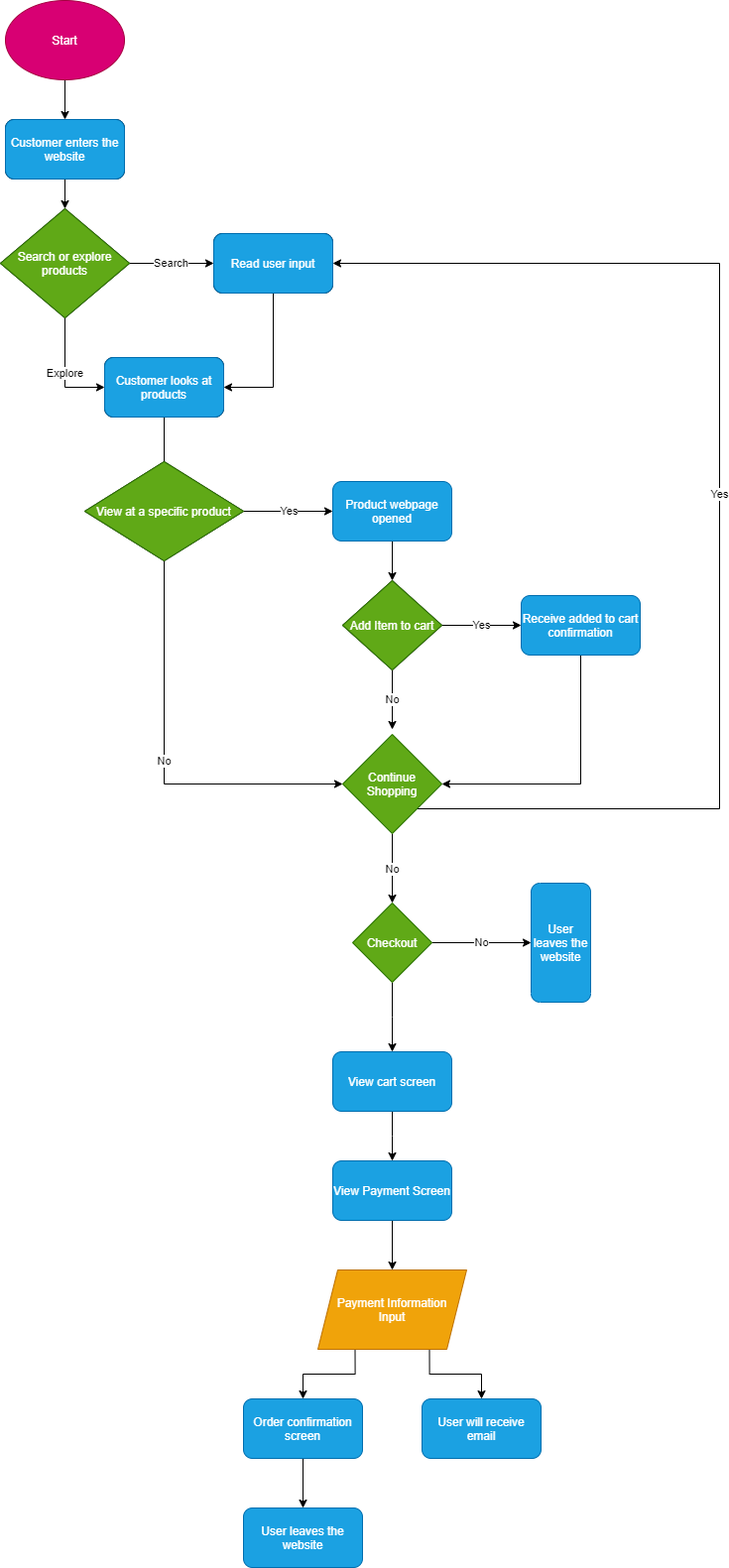
Before: part2/part2.drawio.png, a diagram exported from draw.io (jcpriyanto/sp21-cse110-lab4). Source tidied: cells renumbered, new cells last; positions are measured from the earlier drawing's top-left corner, leaving out a move shared by most shapes.
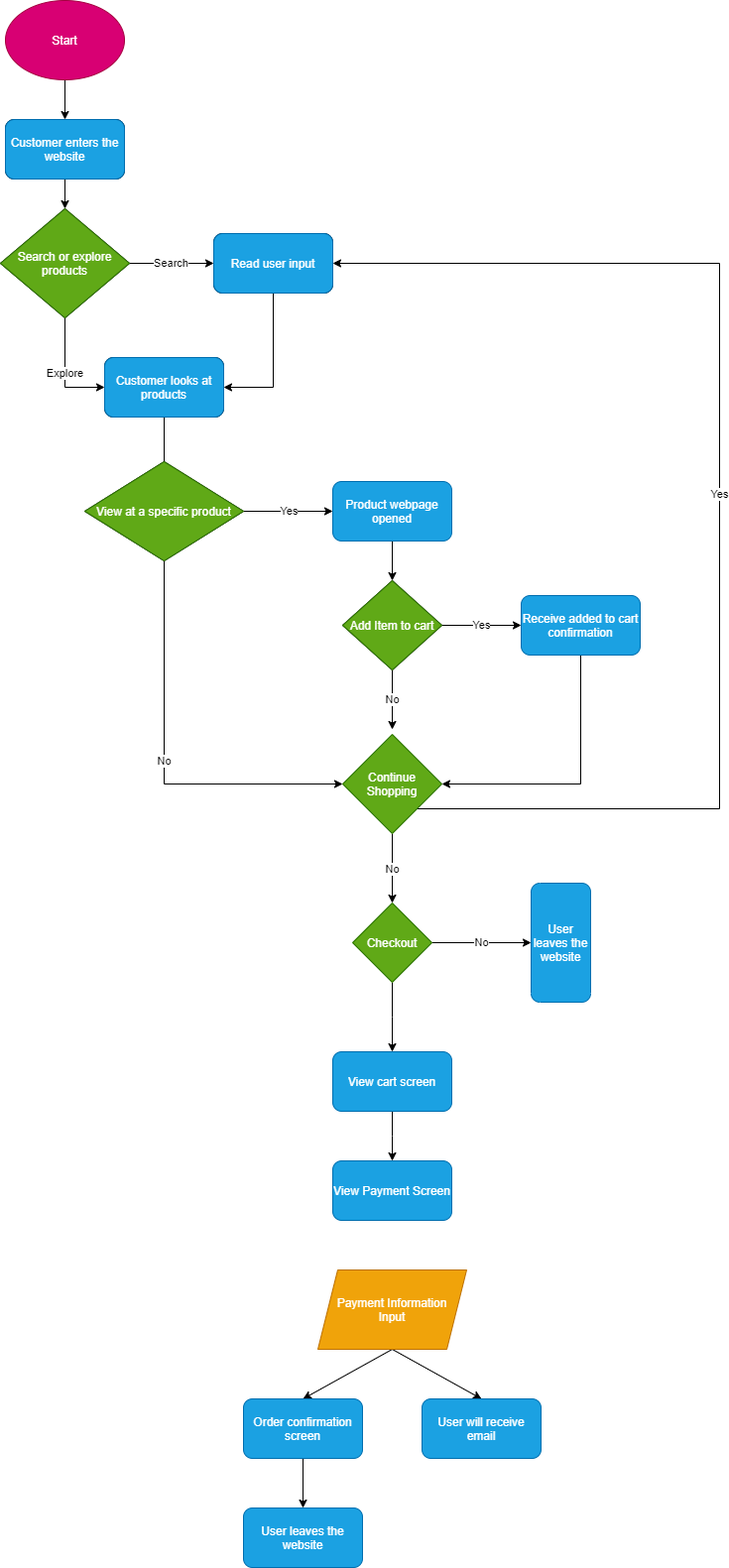
The same file after the commit.

Change to the diagram source:
```diff
@@ -102,16 +102,13 @@
     <mxCell id="31" value="View cart screen" style="rounded=1;whiteSpace=wrap;html=1;fillColor=#1ba1e2;strokeColor=#006EAF;fontColor=#ffffff;" parent="1" vertex="1">
       <mxGeometry x="335" y="1060" width="120" height="60" as="geometry" />
     </mxCell>
-    <mxCell id="32" style="edgeStyle=orthogonalEdgeStyle;rounded=0;jettySize=auto;html=1;exitX=0.5;exitY=1;exitDx=0;exitDy=0;entryX=0.5;entryY=0;entryDx=0;entryDy=0;" parent="1" edge="1" source="33" target="36">
-      <mxGeometry relative="1" as="geometry" />
-    </mxCell>
     <mxCell id="33" value="View Payment Screen" style="rounded=1;whiteSpace=wrap;html=1;fillColor=#1ba1e2;strokeColor=#006EAF;fontColor=#ffffff;" parent="1" vertex="1">
       <mxGeometry x="335" y="1170" width="120" height="60" as="geometry" />
     </mxCell>
-    <mxCell id="34" style="edgeStyle=orthogonalEdgeStyle;rounded=0;jettySize=auto;html=1;exitX=0.75;exitY=1;exitDx=0;exitDy=0;entryX=0.5;entryY=0;entryDx=0;entryDy=0;" parent="1" edge="1" source="36" target="39">
+    <mxCell id="34" style="edgeStyle=none;rounded=0;jettySize=auto;html=1;exitX=0.5;exitY=1;exitDx=0;exitDy=0;entryX=0.5;entryY=0;entryDx=0;entryDy=0;" parent="1" edge="1" source="36" target="39">
       <mxGeometry relative="1" as="geometry" />
     </mxCell>
-    <mxCell id="35" style="edgeStyle=orthogonalEdgeStyle;rounded=0;jettySize=auto;html=1;exitX=0.25;exitY=1;exitDx=0;exitDy=0;entryX=0.5;entryY=0;entryDx=0;entryDy=0;" parent="1" edge="1" source="36" target="38">
+    <mxCell id="35" style="edgeStyle=none;rounded=0;jettySize=auto;html=1;exitX=0.5;exitY=1;exitDx=0;exitDy=0;entryX=0.5;entryY=0;entryDx=0;entryDy=0;" parent="1" edge="1" source="36" target="38">
       <mxGeometry relative="1" as="geometry" />
     </mxCell>
     <mxCell id="36" value="Payment Information&lt;br&gt;Input" style="shape=parallelogram;perimeter=parallelogramPerimeter;whiteSpace=wrap;html=1;fixedSize=1;fillColor=#f0a30a;strokeColor=#BD7000;fontColor=#ffffff;" parent="1" vertex="1">
```
